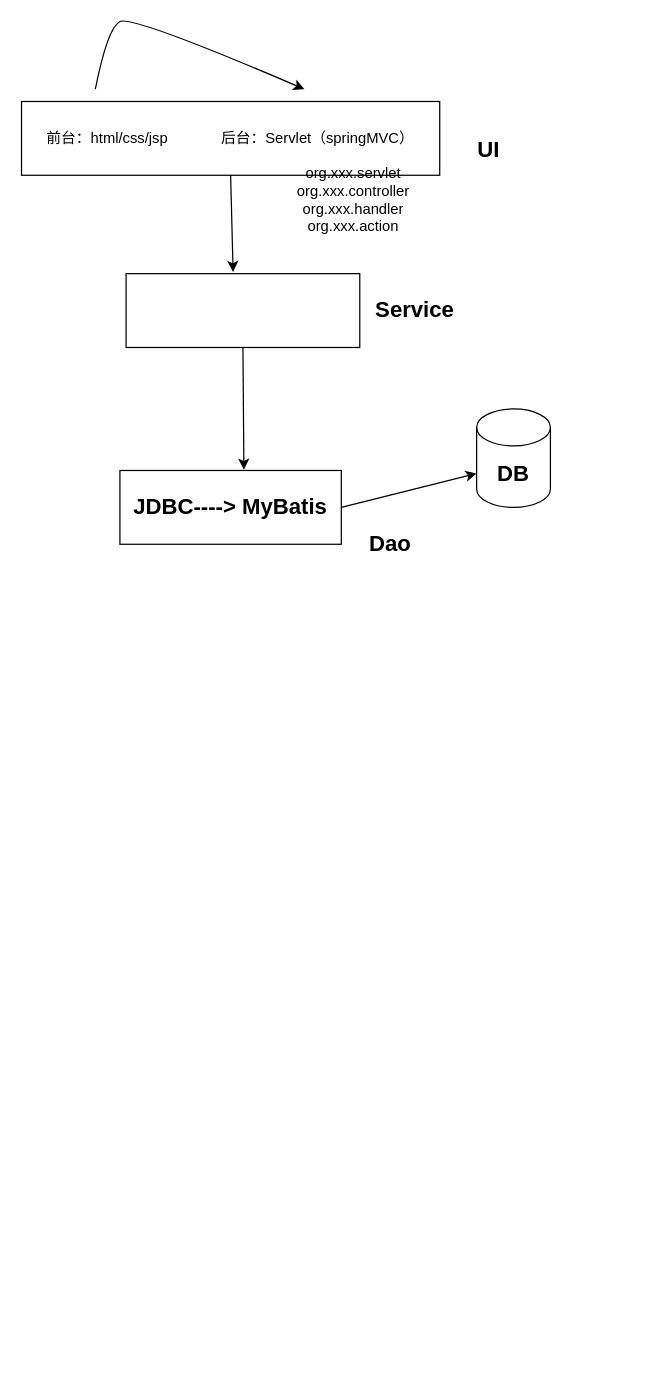
This is crud-express1/SMM framework.drawio from gitofding/first_repository, a draw.io file, before an edit. Source tidied: cells renumbered, new cells numbered last; positions are measured from the earlier drawing's top-left corner, leaving out a move shared by most shapes. Both pictures are drawn from the tidied source at 123%, with x=0, y=0 at pixel (21, 15).
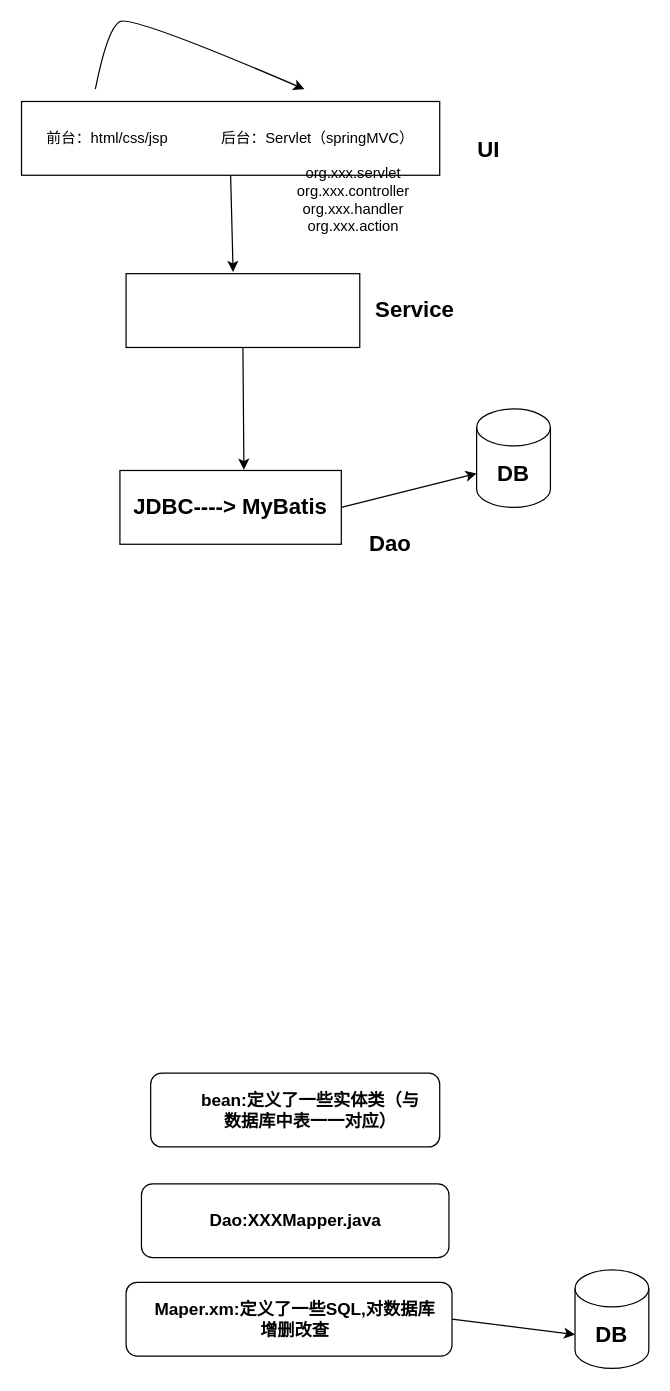
After the change.

Change to the diagram source:
```diff
@@
+    <mxCell id="14" style="rounded=1;whiteSpace=wrap;html=1;" parent="1" vertex="1">
+      <mxGeometry x="97.5" y="950" width="250" height="60" as="geometry" />
+    </mxCell>
+    <mxCell id="15" value="&lt;b&gt;&lt;font style=&quot;font-size: 14px&quot;&gt;Dao:XXXMapper.java&lt;/font&gt;&lt;/b&gt;" style="text;html=1;strokeColor=none;fillColor=none;align=center;verticalAlign=middle;whiteSpace=wrap;rounded=0;" parent="1" vertex="1">
+      <mxGeometry x="182.5" y="970" width="80" height="20" as="geometry" />
+    </mxCell>
+    <mxCell id="16" style="rounded=1;whiteSpace=wrap;html=1;" parent="1" vertex="1">
+      <mxGeometry x="85" y="1030" width="265" height="60" as="geometry" />
+    </mxCell>
+    <mxCell id="17" value="&lt;font style=&quot;font-size: 14px&quot;&gt;&lt;b&gt;Maper.xm:定义了一些SQL,对数据库增删改查&lt;/b&gt;&lt;/font&gt;" style="text;html=1;strokeColor=none;fillColor=none;align=center;verticalAlign=middle;whiteSpace=wrap;rounded=0;" parent="1" vertex="1">
+      <mxGeometry x="105" y="1050" width="235" height="20" as="geometry" />
+    </mxCell>
+    <mxCell id="18" style="rounded=1;whiteSpace=wrap;html=1;" parent="1" vertex="1">
+      <mxGeometry x="105" y="860" width="235" height="60" as="geometry" />
+    </mxCell>
+    <mxCell id="19" value="&lt;b&gt;&lt;font style=&quot;font-size: 14px&quot;&gt;bean:定义了一些实体类（与数据库中表一一对应）&lt;/font&gt;&lt;/b&gt;" style="text;html=1;strokeColor=none;fillColor=none;align=center;verticalAlign=middle;whiteSpace=wrap;rounded=0;" parent="1" vertex="1">
+      <mxGeometry x="140" y="880" width="190" height="20" as="geometry" />
+    </mxCell>
+    <mxCell id="20" value="&lt;b&gt;&lt;font style=&quot;font-size: 18px&quot;&gt;DB&lt;/font&gt;&lt;/b&gt;" style="shape=cylinder3;whiteSpace=wrap;html=1;boundedLbl=1;backgroundOutline=1;size=15;" parent="1" vertex="1">
+      <mxGeometry x="450" y="1020" width="60" height="80" as="geometry" />
+    </mxCell>
+    <mxCell id="21" style="endArrow=classic;html=1;entryX=0;entryY=0;entryDx=0;entryDy=52.5;entryPerimeter=0;exitX=1;exitY=0.5;exitDx=0;exitDy=0;" parent="1" edge="1" source="16" target="20">
+      <mxGeometry relative="1" as="geometry" />
+    </mxCell>
```
